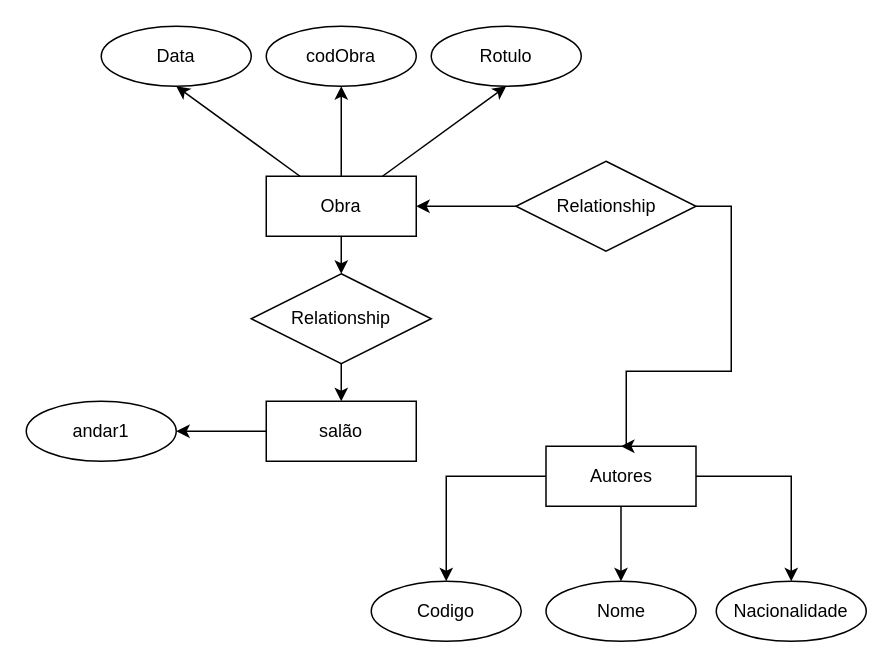
Before: Diagrama sem nome.drawio in g-birocci/estudos, a draw.io diagram. Source tidied: cells renumbered, new cells numbered last; positions are measured from the earlier drawing's top-left corner, leaving out a move shared by most shapes. Both pictures are drawn from the tidied source at 150%, with x=0, y=0 at pixel (26, 26).
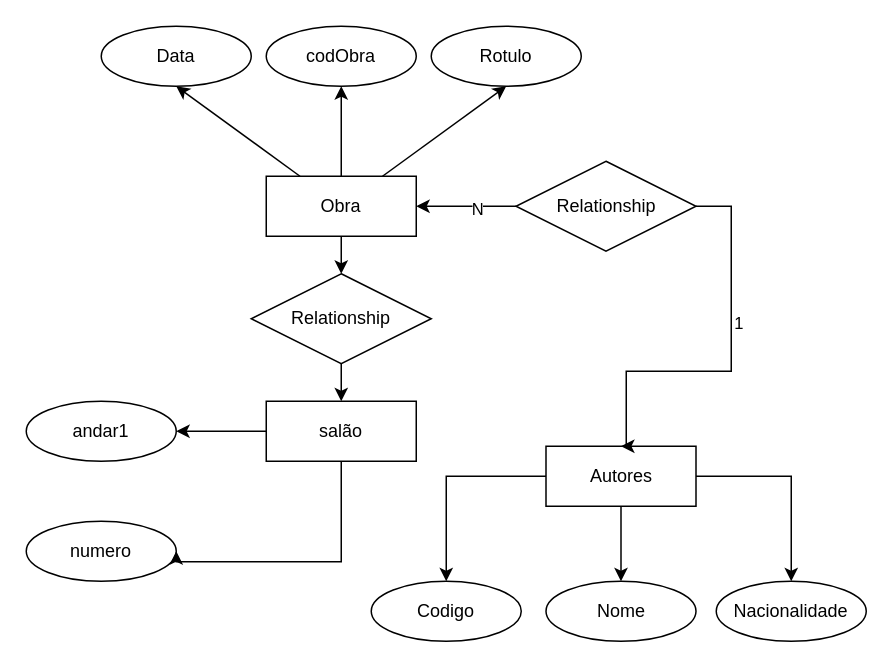
The same page after the edit.

Unchanged cells that the change refers to:
```xml
<mxCell id="13" value="salão" style="whiteSpace=wrap;html=1;align=center;" parent="1" vertex="1">
  <mxGeometry x="160" y="250" width="100" height="40" as="geometry" />
</mxCell>
<mxCell id="22" style="edgeStyle=orthogonalEdgeStyle;rounded=0;jettySize=auto;html=1;entryX=0.5;entryY=0;entryDx=0;entryDy=0;" parent="1" edge="1" source="24" target="18">
  <mxGeometry relative="1" as="geometry">
    <Array as="points">
      <mxPoint x="470" y="230" />
      <mxPoint x="400" y="230" />
      <mxPoint x="400" y="280" />
    </Array>
  </mxGeometry>
</mxCell>
<mxCell id="23" style="edgeStyle=orthogonalEdgeStyle;rounded=0;jettySize=auto;html=1;entryX=1;entryY=0.5;entryDx=0;entryDy=0;" parent="1" edge="1" source="24" target="8">
  <mxGeometry relative="1" as="geometry" />
</mxCell>
```

What changed in the source:
```diff
@@
+    <mxCell id="25" value="1&lt;div&gt;&lt;br&gt;&lt;/div&gt;" style="edgeLabel;html=1;align=center;verticalAlign=middle;" parent="22" vertex="1">
+      <mxGeometry x="-0.16" y="4" relative="1" as="geometry" />
+    </mxCell>
@@
+    <mxCell id="26" value="N" style="edgeLabel;html=1;align=center;verticalAlign=middle;" parent="23" vertex="1">
+      <mxGeometry x="-0.23" y="1" relative="1" as="geometry" />
+    </mxCell>
@@
+    <mxCell id="27" value="numero" style="ellipse;whiteSpace=wrap;html=1;align=center;" parent="1" vertex="1">
+      <mxGeometry y="330" width="100" height="40" as="geometry" />
+    </mxCell>
+    <mxCell id="28" style="edgeStyle=orthogonalEdgeStyle;rounded=0;jettySize=auto;html=1;entryX=1;entryY=0.5;entryDx=0;entryDy=0;" parent="1" edge="1" source="13" target="27">
+      <mxGeometry relative="1" as="geometry">
+        <Array as="points">
+          <mxPoint x="210" y="357" />
+          <mxPoint x="100" y="357" />
+        </Array>
+      </mxGeometry>
+    </mxCell>
```
